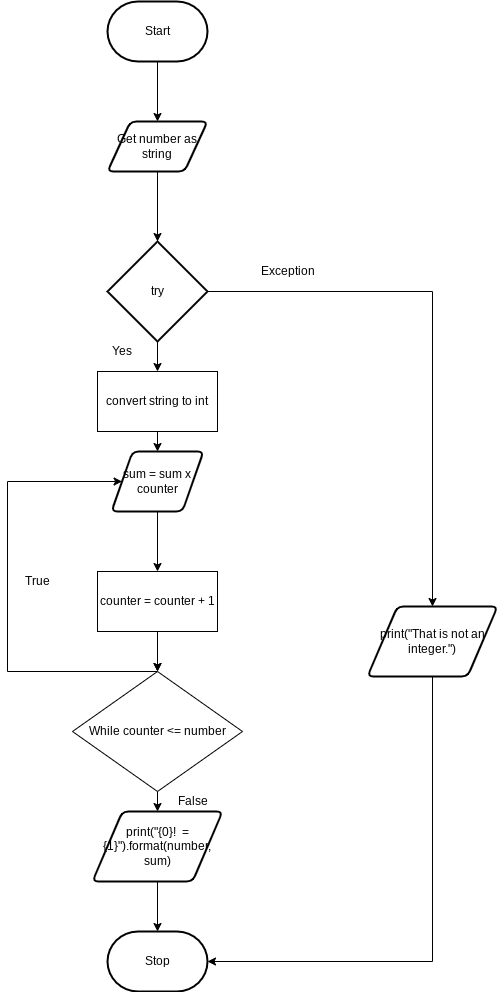
Earlier version of the draw.io export flowchart.png (michael-clermont1/ICS3U-Unit4-03-Python). Source tidied: cells renumbered, new cells last; positions are measured from the earlier drawing's top-left corner, leaving out a move shared by most shapes.
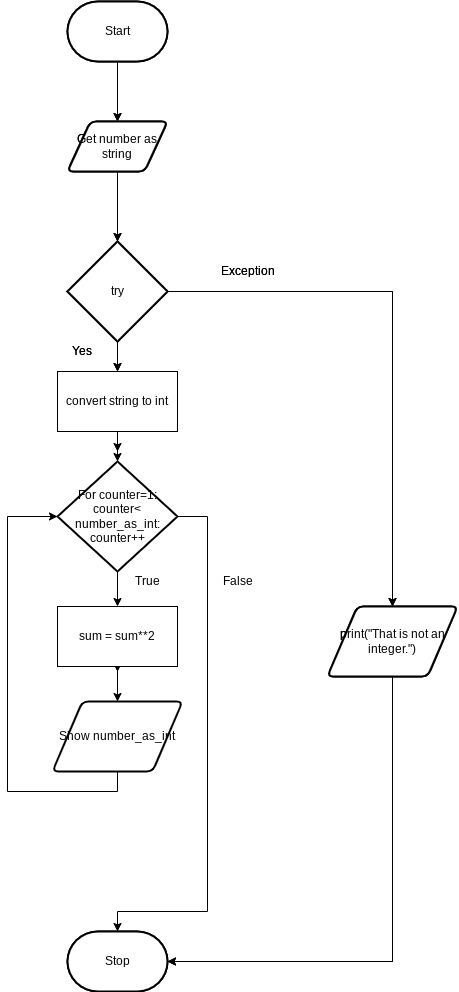
Later version of the same file.

What changed in the source:
```diff
@@ -17,47 +17,24 @@
     <mxCell id="6" value="Stop" style="strokeWidth=2;html=1;shape=mxgraph.flowchart.terminator;whiteSpace=wrap;" parent="1" vertex="1">
       <mxGeometry x="100" y="930" width="100" height="60" as="geometry" />
     </mxCell>
-    <mxCell id="7" style="edgeStyle=none;html=1;entryX=0.5;entryY=0;entryDx=0;entryDy=0;" parent="1" edge="1" source="8" target="16">
-      <mxGeometry relative="1" as="geometry" />
+    <mxCell id="7" style="edgeStyle=none;html=1;entryX=0.5;entryY=0;entryDx=0;entryDy=0;" parent="1" edge="1">
+      <mxGeometry relative="1" as="geometry">
+        <mxPoint x="150" y="510" as="sourcePoint" />
+        <mxPoint x="150" y="570" as="targetPoint" />
+      </mxGeometry>
     </mxCell>
-    <mxCell id="8" value="sum = sum x counter" style="shape=parallelogram;html=1;strokeWidth=2;perimeter=parallelogramPerimeter;whiteSpace=wrap;rounded=1;arcSize=12;size=0.23;" parent="1" vertex="1">
-      <mxGeometry x="104" y="450" width="92" height="60" as="geometry" />
-    </mxCell>
-    <mxCell id="9" style="edgeStyle=orthogonalEdgeStyle;rounded=0;html=1;entryX=0;entryY=0.5;entryDx=0;entryDy=0;" parent="1" edge="1" source="11" target="8">
-      <mxGeometry relative="1" as="geometry">
-        <Array as="points">
-          <mxPoint y="670" />
-          <mxPoint y="480" />
-        </Array>
-      </mxGeometry>
-    </mxCell>
-    <mxCell id="10" style="edgeStyle=orthogonalEdgeStyle;rounded=0;html=1;entryX=0.5;entryY=0;entryDx=0;entryDy=0;" parent="1" edge="1" source="11" target="18">
-      <mxGeometry relative="1" as="geometry" />
-    </mxCell>
-    <mxCell id="11" value="While counter &amp;lt;= number" style="rhombus;whiteSpace=wrap;html=1;" parent="1" vertex="1">
-      <mxGeometry x="65" y="670" width="170" height="120" as="geometry" />
-    </mxCell>
-    <mxCell id="12" value="False" style="text;html=1;align=center;verticalAlign=middle;fillColor=none;strokeColor=none;rounded=0;" parent="1" vertex="1">
-      <mxGeometry x="160" y="790" width="50" height="20" as="geometry" />
-    </mxCell>
-    <mxCell id="13" value="True" style="text;html=1;align=center;verticalAlign=middle;fillColor=none;strokeColor=none;rounded=0;" parent="1" vertex="1">
-      <mxGeometry x="10" y="570" width="40" height="20" as="geometry" />
-    </mxCell>
-    <mxCell id="14" style="edgeStyle=none;html=1;entryX=0.5;entryY=0;entryDx=0;entryDy=0;" parent="1" edge="1" source="16" target="11">
-      <mxGeometry relative="1" as="geometry" />
+    <mxCell id="14" style="edgeStyle=none;html=1;entryX=0.5;entryY=0;entryDx=0;entryDy=0;" parent="1" edge="1">
+      <mxGeometry relative="1" as="geometry">
+        <mxPoint x="150" y="630" as="sourcePoint" />
+        <mxPoint x="150" y="670" as="targetPoint" />
+      </mxGeometry>
     </mxCell>
-    <mxCell id="15" style="edgeStyle=orthogonalEdgeStyle;rounded=0;html=1;" parent="1" edge="1" source="16" target="11">
-      <mxGeometry relative="1" as="geometry" />
+    <mxCell id="15" style="edgeStyle=orthogonalEdgeStyle;rounded=0;html=1;" parent="1" edge="1">
+      <mxGeometry relative="1" as="geometry">
+        <mxPoint x="150" y="630" as="sourcePoint" />
+        <mxPoint x="150" y="670" as="targetPoint" />
+      </mxGeometry>
     </mxCell>
-    <mxCell id="16" value="counter = counter + 1" style="rounded=0;whiteSpace=wrap;html=1;" parent="1" vertex="1">
-      <mxGeometry x="90" y="570" width="120" height="60" as="geometry" />
-    </mxCell>
-    <mxCell id="17" style="edgeStyle=orthogonalEdgeStyle;rounded=0;html=1;entryX=0.5;entryY=0;entryDx=0;entryDy=0;entryPerimeter=0;" parent="1" edge="1" source="18" target="6">
-      <mxGeometry relative="1" as="geometry" />
-    </mxCell>
-    <mxCell id="18" value="print(&quot;{0}!&amp;nbsp; = {1}&quot;).format(number, sum)" style="shape=parallelogram;html=1;strokeWidth=2;perimeter=parallelogramPerimeter;whiteSpace=wrap;rounded=1;arcSize=12;size=0.23;" parent="1" vertex="1">
-      <mxGeometry x="85" y="810" width="130" height="70" as="geometry" />
-    </mxCell>
     <mxCell id="19" style="edgeStyle=orthogonalEdgeStyle;html=1;entryX=0.5;entryY=0;entryDx=0;entryDy=0;rounded=0;" parent="1" edge="1" source="21" target="24">
       <mxGeometry relative="1" as="geometry" />
     </mxCell>
@@ -83,11 +60,98 @@
     <mxCell id="25" value="Exception" style="text;html=1;align=center;verticalAlign=middle;fillColor=none;strokeColor=none;rounded=0;" parent="1" vertex="1">
       <mxGeometry x="245" y="260" width="70" height="20" as="geometry" />
     </mxCell>
-    <mxCell id="26" style="edgeStyle=orthogonalEdgeStyle;rounded=0;html=1;entryX=0.5;entryY=0;entryDx=0;entryDy=0;" parent="1" edge="1" source="27" target="8">
-      <mxGeometry relative="1" as="geometry" />
+    <mxCell id="26" style="edgeStyle=orthogonalEdgeStyle;rounded=0;html=1;entryX=0.5;entryY=0;entryDx=0;entryDy=0;" parent="1" edge="1" source="27">
+      <mxGeometry relative="1" as="geometry">
+        <mxPoint x="150" y="450" as="targetPoint" />
+      </mxGeometry>
     </mxCell>
     <mxCell id="27" value="convert string to int" style="rounded=0;whiteSpace=wrap;html=1;" parent="1" vertex="1">
       <mxGeometry x="90" y="370" width="120" height="60" as="geometry" />
     </mxCell>
+    <mxCell id="28" style="edgeStyle=orthogonalEdgeStyle;rounded=0;html=1;entryX=0.5;entryY=0;entryDx=0;entryDy=0;entryPerimeter=0;" parent="1" edge="1" source="29" target="37">
+      <mxGeometry relative="1" as="geometry" />
+    </mxCell>
+    <mxCell id="29" value="Get number as string" style="shape=parallelogram;html=1;strokeWidth=2;perimeter=parallelogramPerimeter;whiteSpace=wrap;rounded=1;arcSize=12;size=0.23;" parent="1" vertex="1">
+      <mxGeometry x="100" y="120" width="100" height="50" as="geometry" />
+    </mxCell>
+    <mxCell id="30" style="edgeStyle=orthogonalEdgeStyle;rounded=0;html=1;entryX=0.5;entryY=0;entryDx=0;entryDy=0;" parent="1" edge="1" source="31" target="29">
+      <mxGeometry relative="1" as="geometry" />
+    </mxCell>
+    <mxCell id="31" value="Start" style="strokeWidth=2;html=1;shape=mxgraph.flowchart.terminator;whiteSpace=wrap;" parent="1" vertex="1">
+      <mxGeometry x="100" width="100" height="60" as="geometry" />
+    </mxCell>
+    <mxCell id="32" value="Stop" style="strokeWidth=2;html=1;shape=mxgraph.flowchart.terminator;whiteSpace=wrap;" parent="1" vertex="1">
+      <mxGeometry x="100" y="930" width="100" height="60" as="geometry" />
+    </mxCell>
+    <mxCell id="12" value="False" style="text;html=1;align=center;verticalAlign=middle;fillColor=none;strokeColor=none;rounded=0;" parent="1" vertex="1">
+      <mxGeometry x="245" y="570" width="50" height="20" as="geometry" />
+    </mxCell>
+    <mxCell id="13" value="True" style="text;html=1;align=center;verticalAlign=middle;fillColor=none;strokeColor=none;rounded=0;" parent="1" vertex="1">
+      <mxGeometry x="160" y="570" width="40" height="20" as="geometry" />
+    </mxCell>
+    <mxCell id="33" style="edgeStyle=orthogonalEdgeStyle;rounded=0;html=1;entryX=0;entryY=0.5;entryDx=0;entryDy=0;entryPerimeter=0;" parent="1" edge="1" source="34" target="46">
+      <mxGeometry relative="1" as="geometry">
+        <Array as="points">
+          <mxPoint x="150" y="790" />
+          <mxPoint x="40" y="790" />
+          <mxPoint x="40" y="515" />
+        </Array>
+      </mxGeometry>
+    </mxCell>
+    <mxCell id="34" value="Show number_as_int" style="shape=parallelogram;html=1;strokeWidth=2;perimeter=parallelogramPerimeter;whiteSpace=wrap;rounded=1;arcSize=12;size=0.23;" parent="1" vertex="1">
+      <mxGeometry x="85" y="700" width="130" height="70" as="geometry" />
+    </mxCell>
+    <mxCell id="35" style="edgeStyle=orthogonalEdgeStyle;html=1;entryX=0.5;entryY=0;entryDx=0;entryDy=0;rounded=0;" parent="1" edge="1" source="37" target="40">
+      <mxGeometry relative="1" as="geometry" />
+    </mxCell>
+    <mxCell id="36" style="edgeStyle=orthogonalEdgeStyle;rounded=0;html=1;entryX=0.5;entryY=0;entryDx=0;entryDy=0;" parent="1" edge="1" source="37" target="43">
+      <mxGeometry relative="1" as="geometry" />
+    </mxCell>
+    <mxCell id="37" value="try" style="strokeWidth=2;html=1;shape=mxgraph.flowchart.decision;whiteSpace=wrap;" parent="1" vertex="1">
+      <mxGeometry x="100" y="240" width="100" height="100" as="geometry" />
+    </mxCell>
+    <mxCell id="38" value="Yes" style="text;html=1;align=center;verticalAlign=middle;fillColor=none;strokeColor=none;rounded=0;" parent="1" vertex="1">
+      <mxGeometry x="94" y="340" width="40" height="20" as="geometry" />
+    </mxCell>
+    <mxCell id="39" style="edgeStyle=orthogonalEdgeStyle;rounded=0;html=1;entryX=1;entryY=0.5;entryDx=0;entryDy=0;entryPerimeter=0;" parent="1" edge="1" source="40" target="32">
+      <mxGeometry relative="1" as="geometry">
+        <Array as="points">
+          <mxPoint x="425" y="960" />
+        </Array>
+      </mxGeometry>
+    </mxCell>
+    <mxCell id="40" value="print(&quot;That is not an integer.&quot;)" style="shape=parallelogram;html=1;strokeWidth=2;perimeter=parallelogramPerimeter;whiteSpace=wrap;rounded=1;arcSize=12;size=0.23;" parent="1" vertex="1">
+      <mxGeometry x="360" y="605" width="130" height="70" as="geometry" />
+    </mxCell>
+    <mxCell id="41" value="Exception" style="text;html=1;align=center;verticalAlign=middle;fillColor=none;strokeColor=none;rounded=0;" parent="1" vertex="1">
+      <mxGeometry x="245" y="260" width="70" height="20" as="geometry" />
+    </mxCell>
+    <mxCell id="42" style="edgeStyle=none;html=1;entryX=0.5;entryY=0;entryDx=0;entryDy=0;entryPerimeter=0;" parent="1" edge="1" source="43" target="46">
+      <mxGeometry relative="1" as="geometry" />
+    </mxCell>
+    <mxCell id="43" value="convert string to int" style="rounded=0;whiteSpace=wrap;html=1;" parent="1" vertex="1">
+      <mxGeometry x="90" y="370" width="120" height="60" as="geometry" />
+    </mxCell>
+    <mxCell id="44" style="edgeStyle=none;html=1;entryX=0.5;entryY=0;entryDx=0;entryDy=0;" parent="1" edge="1" source="46" target="48">
+      <mxGeometry relative="1" as="geometry" />
+    </mxCell>
+    <mxCell id="45" style="edgeStyle=orthogonalEdgeStyle;rounded=0;html=1;entryX=0.5;entryY=0;entryDx=0;entryDy=0;entryPerimeter=0;" parent="1" edge="1" source="46" target="32">
+      <mxGeometry relative="1" as="geometry">
+        <Array as="points">
+          <mxPoint x="240" y="515" />
+          <mxPoint x="240" y="910" />
+          <mxPoint x="150" y="910" />
+        </Array>
+      </mxGeometry>
+    </mxCell>
+    <mxCell id="46" value="For counter=1:&lt;br&gt;counter&amp;lt; number_as_int:&lt;br&gt;counter++" style="strokeWidth=2;html=1;shape=mxgraph.flowchart.decision;whiteSpace=wrap;" parent="1" vertex="1">
+      <mxGeometry x="90" y="460" width="120" height="110" as="geometry" />
+    </mxCell>
+    <mxCell id="47" style="edgeStyle=orthogonalEdgeStyle;rounded=0;html=1;entryX=0.5;entryY=0;entryDx=0;entryDy=0;" parent="1" edge="1" source="48" target="34">
+      <mxGeometry relative="1" as="geometry" />
+    </mxCell>
+    <mxCell id="48" value="sum = sum**2" style="rounded=0;whiteSpace=wrap;html=1;" parent="1" vertex="1">
+      <mxGeometry x="90" y="605" width="120" height="60" as="geometry" />
+    </mxCell>
   </root>
 </mxGraphModel>
```
